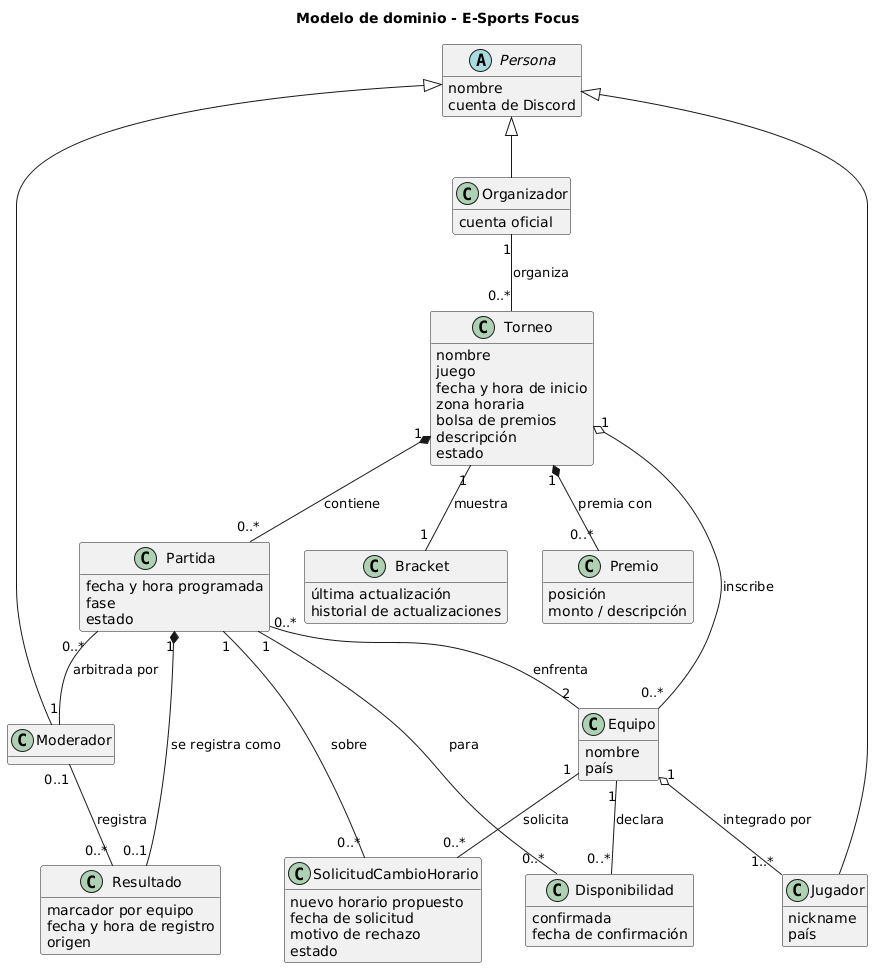
Above: diagramas/modelo-dominio.png in E-SportsFocus/Organizacion_de_torneos (PlantUML), before the change. Its diagram source:
```plantuml
@startuml modelo-dominio
title Modelo de dominio - E-Sports Focus
hide methods

abstract class Persona {
  nombre
  cuenta de Discord
}

class Jugador {
  nickname
  país
}

class Moderador

class Organizador {
  cuenta oficial
}

class Torneo {
  nombre
  juego
  fecha y hora de inicio
  zona horaria
  bolsa de premios
  descripción
  estado
}

class Partida {
  fecha y hora programada
  fase
  estado
}

class Equipo {
  nombre
  país
}

class Resultado {
  marcador por equipo
  fecha y hora de registro
  origen
}

class Bracket {
  última actualización
  historial de actualizaciones
}

class Disponibilidad {
  confirmada
  fecha de confirmación
}

class SolicitudCambioHorario {
  nuevo horario propuesto
  fecha de solicitud
  motivo de rechazo
  estado
}

class Premio {
  posición
  monto / descripción
}

Persona <|-- Jugador
Persona <|-- Moderador
Persona <|-- Organizador

Organizador "1" -- "0..*" Torneo : organiza
Torneo "1" *-- "0..*" Partida : contiene
Torneo "1" -- "1" Bracket : muestra
Torneo "1" *-- "0..*" Premio : premia con
Torneo "1" o-- "0..*" Equipo : inscribe
Partida "0..*" -- "2" Equipo : enfrenta
Partida "0..*" -- "1" Moderador : arbitrada por
Partida "1" *-- "0..1" Resultado : se registra como
Moderador "0..1" -- "0..*" Resultado : registra
Equipo "1" o-- "1..*" Jugador : integrado por
Equipo "1" -- "0..*" Disponibilidad : declara
Disponibilidad "0..*" -- "1" Partida : para
Equipo "1" -down- "0..*" SolicitudCambioHorario : solicita
Partida "1" -right- "0..*" SolicitudCambioHorario : sobre
@enduml
```
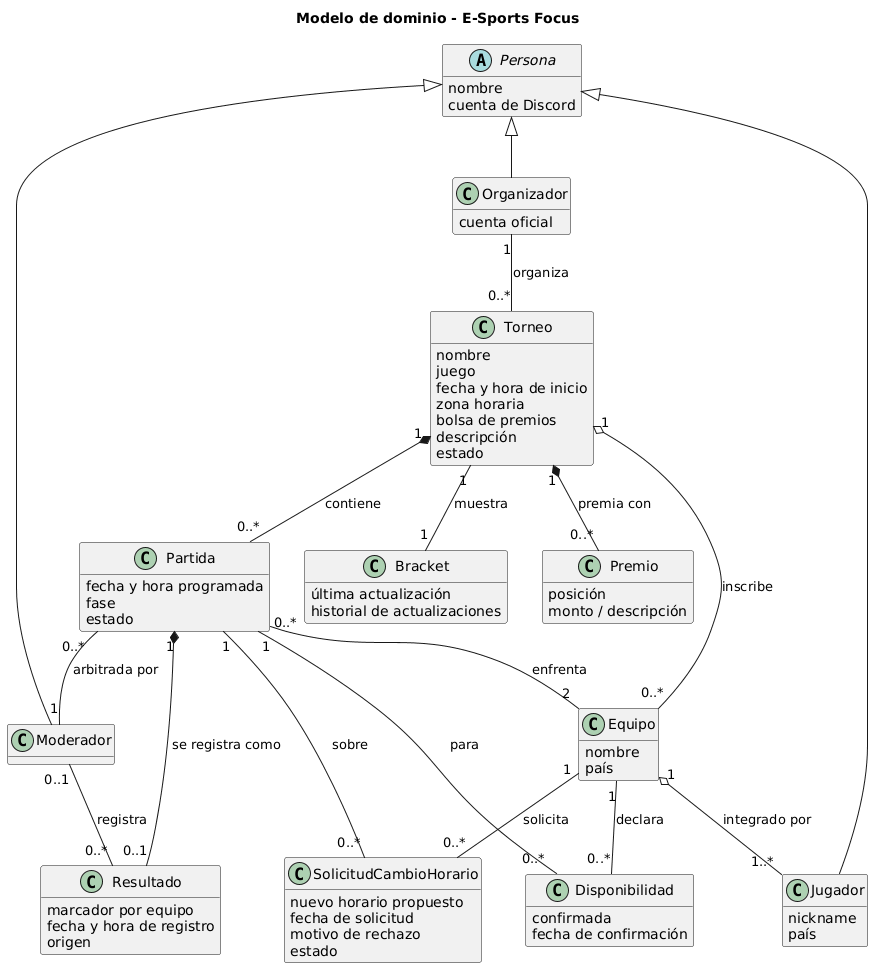
Later version of the same file.

What changed in the source:
```diff
@@ -1,4 +1,4 @@
-@startuml modelo-dominio
+@startuml
 title Modelo de dominio - E-Sports Focus
 hide methods
 
```
